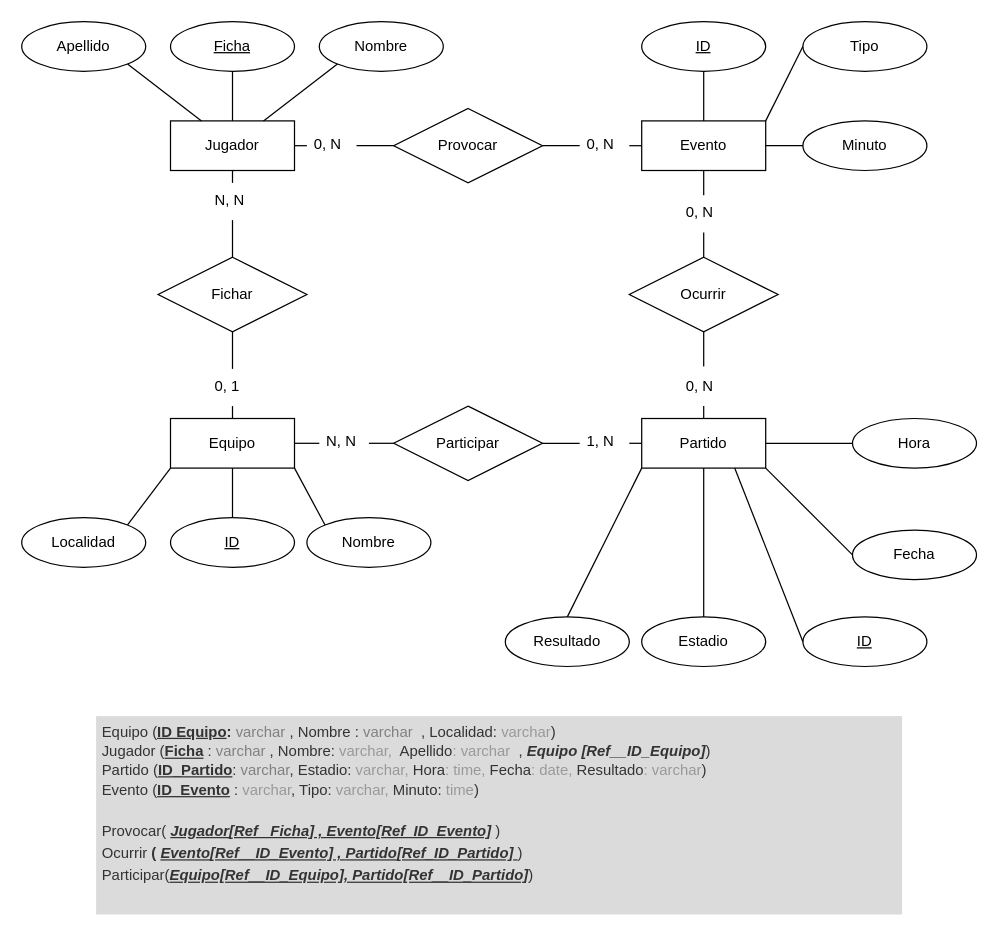
Before: Diagramas/Actividad_10_C3_UD12.drawio in jordimall/jmg-tsys-ta12diagramasER-drawio-111023, a draw.io diagram. Source tidied: cells renumbered, new cells numbered last; positions are measured from the earlier drawing's top-left corner, leaving out a move shared by most shapes. Both pictures are drawn from the tidied source at 124%, with x=0, y=0 at pixel (21, 21).
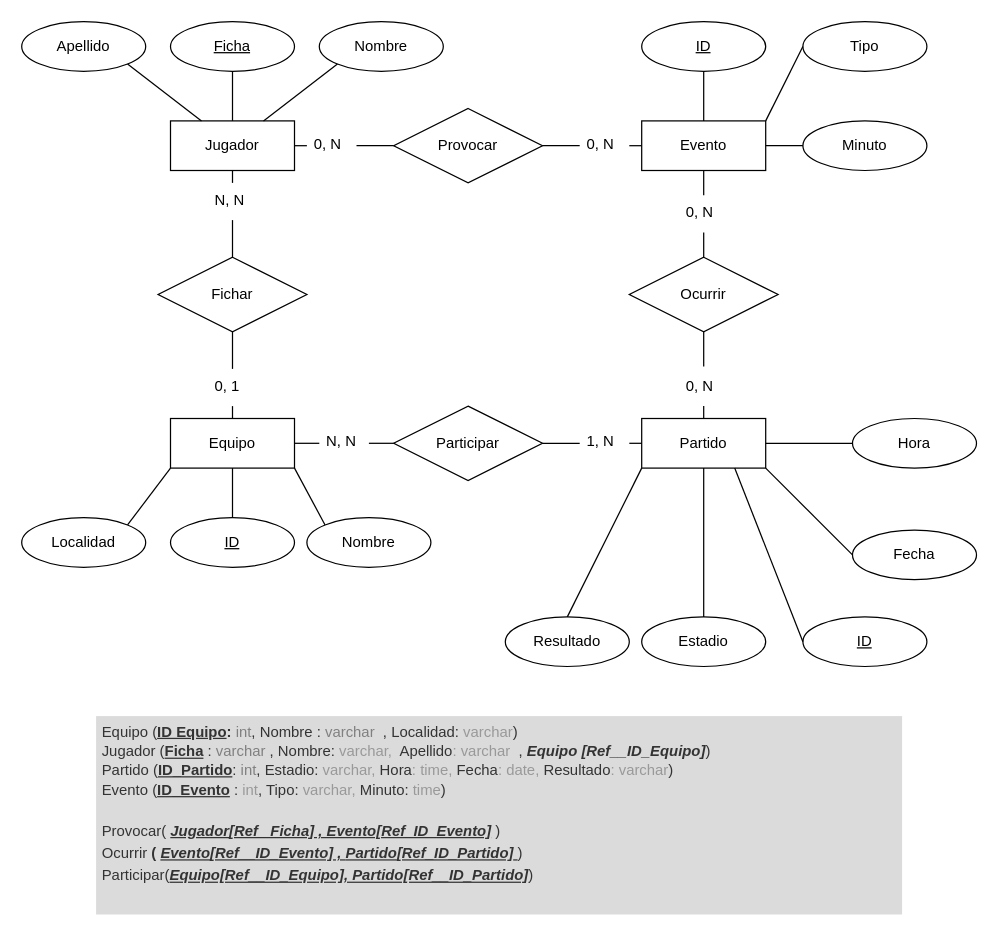
The same diagram, later.

Commit message:
Actualizar modelo relacional Actividad_10_C3_UD12.drawio

The edit, as a diff of the source:
```diff
@@
-    <mxCell id="62" value="&lt;h1 style=&quot;line-height: 150%;&quot;&gt;&lt;div style=&quot;border-color: var(--border-color); font-size: 12px; line-height: 130%;&quot;&gt;&lt;font style=&quot;border-color: var(--border-color);&quot;&gt;&lt;span style=&quot;border-color: var(--border-color);&quot;&gt;&lt;span style=&quot;border-color: var(--border-color);&quot;&gt;&lt;span style=&quot;font-weight: 400;&quot;&gt;Equipo (&lt;/span&gt;&lt;u style=&quot;&quot;&gt;ID Equipo&lt;/u&gt;&lt;/span&gt;&lt;span style=&quot;border-color: var(--border-color);&quot;&gt;:&lt;/span&gt;&lt;font style=&quot;font-weight: 400; border-color: var(--border-color);&quot; color=&quot;#808080&quot;&gt;&amp;nbsp;varchar&lt;/font&gt;&lt;span style=&quot;font-weight: 400;&quot;&gt;&amp;nbsp;, Nombre : &lt;font color=&quot;#808080&quot;&gt;varchar&lt;/font&gt;&lt;/span&gt;&lt;span style=&quot;font-weight: 400;&quot;&gt;&amp;nbsp; , Localidad: &lt;font color=&quot;#999999&quot;&gt;varchar&lt;/font&gt;&lt;/span&gt;&lt;span style=&quot;font-weight: 400;&quot;&gt;)&lt;/span&gt;&lt;br&gt;&lt;/span&gt;&lt;/font&gt;&lt;/div&gt;&lt;div style=&quot;border-color: var(--border-color); font-size: 12px; line-height: 130%;&quot;&gt;&lt;font style=&quot;border-color: var(--border-color);&quot;&gt;&lt;span style=&quot;border-color: var(--border-color);&quot;&gt;&lt;span style=&quot;border-color: var(--border-color);&quot;&gt;&lt;span style=&quot;font-weight: 400;&quot;&gt;Jugador (&lt;/span&gt;&lt;u&gt;Ficha&lt;/u&gt;&lt;/span&gt;&lt;span style=&quot;font-weight: 400; border-color: var(--border-color);&quot;&gt;&amp;nbsp;&lt;/span&gt;&lt;span style=&quot;font-weight: 400; border-color: var(--border-color);&quot;&gt;: &lt;font color=&quot;#808080&quot;&gt;varchar&lt;/font&gt;&lt;/span&gt;&lt;span style=&quot;border-color: var(--border-color);&quot;&gt;&lt;span style=&quot;font-weight: 400;&quot;&gt;&amp;nbsp;, Nombre: &lt;/span&gt;&lt;font style=&quot;font-weight: 400;&quot; color=&quot;#999999&quot;&gt;varchar,&amp;nbsp; &lt;/font&gt;&lt;span style=&quot;font-weight: 400;&quot;&gt;Apellido&lt;/span&gt;&lt;font style=&quot;font-weight: 400;&quot; color=&quot;#999999&quot;&gt;: varchar&lt;/font&gt;&lt;span style=&quot;font-weight: 400;&quot;&gt;&amp;nbsp; , &lt;/span&gt;&lt;i style=&quot;&quot;&gt;Equipo [Ref__ID_Equipo]&lt;/i&gt;&lt;/span&gt;&lt;span style=&quot;border-color: var(--border-color);&quot;&gt;&lt;span style=&quot;font-weight: 400;&quot;&gt;)&amp;nbsp;&lt;/span&gt;&lt;/span&gt;&lt;/span&gt;&lt;/font&gt;&lt;/div&gt;&lt;div style=&quot;border-color: var(--border-color); font-size: 12px; line-height: 130%;&quot;&gt;&lt;font style=&quot;border-color: var(--border-color);&quot;&gt;&lt;span style=&quot;border-color: var(--border-color);&quot;&gt;&lt;span style=&quot;font-weight: 400;&quot;&gt;Partido (&lt;/span&gt;&lt;u&gt;ID_Partido&lt;/u&gt;&lt;/span&gt;&lt;span style=&quot;font-weight: 400;&quot;&gt;: &lt;font color=&quot;#808080&quot;&gt;varchar&lt;/font&gt;&lt;/span&gt;&lt;b style=&quot;font-weight: 400; border-color: var(--border-color);&quot;&gt;,&lt;/b&gt;&lt;span style=&quot;font-weight: 400;&quot;&gt;&amp;nbsp;Estadio: &lt;font color=&quot;#999999&quot;&gt;varchar, &lt;/font&gt;Hora&lt;font color=&quot;#999999&quot;&gt;: time, &lt;/font&gt;Fecha&lt;font color=&quot;#999999&quot;&gt;: date, &lt;/font&gt;Resultado&lt;font color=&quot;#999999&quot;&gt;: varchar&lt;/font&gt;&lt;/span&gt;&lt;span style=&quot;font-weight: 400;&quot;&gt;)&amp;nbsp;&lt;/span&gt;&lt;/font&gt;&lt;/div&gt;&lt;div style=&quot;border-color: var(--border-color); font-size: 12px; line-height: 130%;&quot;&gt;&lt;span style=&quot;background-color: initial; font-weight: 400; border-color: var(--border-color);&quot;&gt;Evento (&lt;/span&gt;&lt;span style=&quot;background-color: initial; border-color: var(--border-color);&quot;&gt;&lt;u&gt;ID_Evento&lt;/u&gt;&lt;/span&gt;&lt;span style=&quot;background-color: initial; font-weight: 400; border-color: var(--border-color);&quot;&gt;&amp;nbsp;:&lt;font color=&quot;#999999&quot;&gt;&amp;nbsp;varchar&lt;/font&gt;, Tipo:&lt;font color=&quot;#999999&quot;&gt;&amp;nbsp;varchar, &lt;/font&gt;Minuto:&lt;font color=&quot;#999999&quot;&gt; time&lt;/font&gt;&lt;/span&gt;&lt;span style=&quot;background-color: initial;&quot;&gt;&lt;span style=&quot;font-weight: 400;&quot;&gt;)&lt;/span&gt;&lt;i style=&quot;&quot;&gt;&lt;font style=&quot;&quot; color=&quot;#000000&quot;&gt;&amp;nbsp;&lt;/font&gt;&lt;/i&gt;&lt;/span&gt;&lt;/div&gt;&lt;div style=&quot;border-color: var(--border-color); font-size: 12px; line-height: 130%;&quot;&gt;&lt;span style=&quot;background-color: initial; font-weight: 400;&quot;&gt;&lt;br&gt;&lt;/span&gt;&lt;/div&gt;&lt;div style=&quot;border-color: var(--border-color); font-weight: 400; font-size: 12px; line-height: 150%;&quot;&gt;&lt;/div&gt;&lt;span style=&quot;border-color: var(--border-color); font-size: 12px;&quot;&gt;&lt;div style=&quot;border-color: var(--border-color); line-height: 150%;&quot;&gt;&lt;font style=&quot;border-color: var(--border-color);&quot;&gt;&lt;b style=&quot;font-style: normal; font-weight: 400; border-color: var(--border-color);&quot;&gt;Provocar(&lt;/b&gt;&lt;b style=&quot;font-style: normal; font-weight: 400; border-color: var(--border-color);&quot;&gt;&amp;nbsp;&lt;/b&gt;&lt;span style=&quot;border-color: var(--border-color);&quot;&gt;&lt;i&gt;&lt;u&gt;Jugador&lt;/u&gt;&lt;/i&gt;&lt;/span&gt;&lt;/font&gt;&lt;span style=&quot;font-weight: 400; background-color: initial; border-color: var(--border-color);&quot;&gt;&lt;b style=&quot;border-color: var(--border-color);&quot;&gt;&lt;u style=&quot;&quot;&gt;&lt;i&gt;[Ref_ Ficha] , Evento[Ref_ID_Evento]&lt;/i&gt;&lt;/u&gt;&lt;/b&gt;&lt;/span&gt;&lt;span style=&quot;font-weight: 400; background-color: initial;&quot;&gt;&lt;i&gt;&amp;nbsp;&lt;/i&gt;&lt;/span&gt;&lt;span style=&quot;font-style: normal; font-weight: 400; background-color: initial;&quot;&gt;)&lt;/span&gt;&lt;/div&gt;&lt;div style=&quot;border-color: var(--border-color); line-height: 150%;&quot;&gt;&lt;span style=&quot;font-style: normal;&quot;&gt;&lt;span style=&quot;font-weight: normal;&quot;&gt;Ocurrir&amp;nbsp;&lt;/span&gt;( &lt;/span&gt;&lt;i&gt;&lt;u&gt;Evento&lt;/u&gt;&lt;/i&gt;&lt;span style=&quot;background-color: initial; font-weight: normal; border-color: var(--border-color);&quot;&gt;&lt;span style=&quot;border-color: var(--border-color); background-color: initial;&quot;&gt;&lt;i&gt;&lt;b style=&quot;text-decoration-line: underline; border-color: var(--border-color);&quot;&gt;[Ref__ID_Evento] , &lt;/b&gt;&lt;b style=&quot;text-decoration-line: underline; border-color: var(--border-color);&quot;&gt;Partido&lt;/b&gt;&lt;b style=&quot;text-decoration-line: underline; border-color: var(--border-color);&quot;&gt;[Ref_ID_Partido]&lt;/b&gt;&lt;/i&gt;&lt;/span&gt;&lt;span style=&quot;text-decoration-line: underline; font-style: normal; border-color: var(--border-color); background-color: initial;&quot;&gt;&amp;nbsp;&lt;/span&gt;&lt;/span&gt;&lt;span style=&quot;font-style: normal; background-color: initial; font-weight: normal;&quot;&gt;)&amp;nbsp;&lt;/span&gt;&lt;/div&gt;&lt;div style=&quot;border-color: var(--border-color); line-height: 150%;&quot;&gt;&lt;span style=&quot;font-style: normal; background-color: initial; font-weight: normal;&quot;&gt;Participar(&lt;/span&gt;&lt;span style=&quot;background-color: initial;&quot;&gt;&lt;i&gt;&lt;u&gt;Equipo[Ref__ID_Equipo], Partido[Ref__ID_Partido]&lt;/u&gt;&lt;/i&gt;&lt;/span&gt;&lt;span style=&quot;font-style: normal; background-color: initial; font-weight: normal;&quot;&gt;)&lt;/span&gt;&lt;/div&gt;&lt;/span&gt;&lt;/h1&gt;" style="text;html=1;strokeColor=none;fillColor=#dbdbdb;spacing=5;spacingTop=-20;whiteSpace=wrap;overflow=hidden;rounded=0;fontColor=#333333;" parent="1" vertex="1">
+    <mxCell id="62" value="&lt;h1 style=&quot;line-height: 150%;&quot;&gt;&lt;div style=&quot;border-color: var(--border-color); font-size: 12px; line-height: 130%;&quot;&gt;&lt;font style=&quot;border-color: var(--border-color);&quot;&gt;&lt;span style=&quot;border-color: var(--border-color);&quot;&gt;&lt;span style=&quot;border-color: var(--border-color);&quot;&gt;&lt;span style=&quot;font-weight: 400;&quot;&gt;Equipo (&lt;/span&gt;&lt;u style=&quot;&quot;&gt;ID Equipo&lt;/u&gt;&lt;/span&gt;&lt;span style=&quot;border-color: var(--border-color);&quot;&gt;:&lt;/span&gt;&lt;font style=&quot;font-weight: 400; border-color: var(--border-color);&quot; color=&quot;#808080&quot;&gt;&amp;nbsp;int&lt;/font&gt;&lt;span style=&quot;font-weight: 400;&quot;&gt;, Nombre : &lt;font color=&quot;#808080&quot;&gt;varchar&lt;/font&gt;&lt;/span&gt;&lt;span style=&quot;font-weight: 400;&quot;&gt;&amp;nbsp; , Localidad: &lt;font color=&quot;#999999&quot;&gt;varchar&lt;/font&gt;&lt;/span&gt;&lt;span style=&quot;font-weight: 400;&quot;&gt;)&lt;/span&gt;&lt;br&gt;&lt;/span&gt;&lt;/font&gt;&lt;/div&gt;&lt;div style=&quot;border-color: var(--border-color); font-size: 12px; line-height: 130%;&quot;&gt;&lt;font style=&quot;border-color: var(--border-color);&quot;&gt;&lt;span style=&quot;border-color: var(--border-color);&quot;&gt;&lt;span style=&quot;border-color: var(--border-color);&quot;&gt;&lt;span style=&quot;font-weight: 400;&quot;&gt;Jugador (&lt;/span&gt;&lt;u&gt;Ficha&lt;/u&gt;&lt;/span&gt;&lt;span style=&quot;font-weight: 400; border-color: var(--border-color);&quot;&gt;&amp;nbsp;&lt;/span&gt;&lt;span style=&quot;font-weight: 400; border-color: var(--border-color);&quot;&gt;: &lt;font color=&quot;#808080&quot;&gt;varchar&lt;/font&gt;&lt;/span&gt;&lt;span style=&quot;border-color: var(--border-color);&quot;&gt;&lt;span style=&quot;font-weight: 400;&quot;&gt;&amp;nbsp;, Nombre: &lt;/span&gt;&lt;font style=&quot;font-weight: 400;&quot; color=&quot;#999999&quot;&gt;varchar,&amp;nbsp; &lt;/font&gt;&lt;span style=&quot;font-weight: 400;&quot;&gt;Apellido&lt;/span&gt;&lt;font style=&quot;font-weight: 400;&quot; color=&quot;#999999&quot;&gt;: varchar&lt;/font&gt;&lt;span style=&quot;font-weight: 400;&quot;&gt;&amp;nbsp; , &lt;/span&gt;&lt;i style=&quot;&quot;&gt;Equipo [Ref__ID_Equipo]&lt;/i&gt;&lt;/span&gt;&lt;span style=&quot;border-color: var(--border-color);&quot;&gt;&lt;span style=&quot;font-weight: 400;&quot;&gt;)&amp;nbsp;&lt;/span&gt;&lt;/span&gt;&lt;/span&gt;&lt;/font&gt;&lt;/div&gt;&lt;div style=&quot;border-color: var(--border-color); font-size: 12px; line-height: 130%;&quot;&gt;&lt;font style=&quot;border-color: var(--border-color);&quot;&gt;&lt;span style=&quot;border-color: var(--border-color);&quot;&gt;&lt;span style=&quot;font-weight: 400;&quot;&gt;Partido (&lt;/span&gt;&lt;u&gt;ID_Partido&lt;/u&gt;&lt;/span&gt;&lt;span style=&quot;font-weight: 400;&quot;&gt;: &lt;font color=&quot;#808080&quot;&gt;int&lt;/font&gt;&lt;/span&gt;&lt;b style=&quot;font-weight: 400; border-color: var(--border-color);&quot;&gt;,&lt;/b&gt;&lt;span style=&quot;font-weight: 400;&quot;&gt;&amp;nbsp;Estadio: &lt;font color=&quot;#999999&quot;&gt;varchar, &lt;/font&gt;Hora&lt;font color=&quot;#999999&quot;&gt;: time, &lt;/font&gt;Fecha&lt;font color=&quot;#999999&quot;&gt;: date, &lt;/font&gt;Resultado&lt;font color=&quot;#999999&quot;&gt;: varchar&lt;/font&gt;&lt;/span&gt;&lt;span style=&quot;font-weight: 400;&quot;&gt;)&amp;nbsp;&lt;/span&gt;&lt;/font&gt;&lt;/div&gt;&lt;div style=&quot;border-color: var(--border-color); font-size: 12px; line-height: 130%;&quot;&gt;&lt;span style=&quot;background-color: initial; font-weight: 400; border-color: var(--border-color);&quot;&gt;Evento (&lt;/span&gt;&lt;span style=&quot;background-color: initial; border-color: var(--border-color);&quot;&gt;&lt;u&gt;ID_Evento&lt;/u&gt;&lt;/span&gt;&lt;span style=&quot;background-color: initial; font-weight: 400; border-color: var(--border-color);&quot;&gt;&amp;nbsp;:&lt;font color=&quot;#999999&quot;&gt;&amp;nbsp;int&lt;/font&gt;, Tipo:&lt;font color=&quot;#999999&quot;&gt;&amp;nbsp;varchar, &lt;/font&gt;Minuto:&lt;font color=&quot;#999999&quot;&gt; time&lt;/font&gt;&lt;/span&gt;&lt;span style=&quot;background-color: initial;&quot;&gt;&lt;span style=&quot;font-weight: 400;&quot;&gt;)&lt;/span&gt;&lt;i style=&quot;&quot;&gt;&lt;font style=&quot;&quot; color=&quot;#000000&quot;&gt;&amp;nbsp;&lt;/font&gt;&lt;/i&gt;&lt;/span&gt;&lt;/div&gt;&lt;div style=&quot;border-color: var(--border-color); font-size: 12px; line-height: 130%;&quot;&gt;&lt;span style=&quot;background-color: initial; font-weight: 400;&quot;&gt;&lt;br&gt;&lt;/span&gt;&lt;/div&gt;&lt;div style=&quot;border-color: var(--border-color); font-weight: 400; font-size: 12px; line-height: 150%;&quot;&gt;&lt;/div&gt;&lt;span style=&quot;border-color: var(--border-color); font-size: 12px;&quot;&gt;&lt;div style=&quot;border-color: var(--border-color); line-height: 150%;&quot;&gt;&lt;font style=&quot;border-color: var(--border-color);&quot;&gt;&lt;b style=&quot;font-style: normal; font-weight: 400; border-color: var(--border-color);&quot;&gt;Provocar(&lt;/b&gt;&lt;b style=&quot;font-style: normal; font-weight: 400; border-color: var(--border-color);&quot;&gt;&amp;nbsp;&lt;/b&gt;&lt;span style=&quot;border-color: var(--border-color);&quot;&gt;&lt;i&gt;&lt;u&gt;Jugador&lt;/u&gt;&lt;/i&gt;&lt;/span&gt;&lt;/font&gt;&lt;span style=&quot;font-weight: 400; background-color: initial; border-color: var(--border-color);&quot;&gt;&lt;b style=&quot;border-color: var(--border-color);&quot;&gt;&lt;u style=&quot;&quot;&gt;&lt;i&gt;[Ref_ Ficha] , Evento[Ref_ID_Evento]&lt;/i&gt;&lt;/u&gt;&lt;/b&gt;&lt;/span&gt;&lt;span style=&quot;font-weight: 400; background-color: initial;&quot;&gt;&lt;i&gt;&amp;nbsp;&lt;/i&gt;&lt;/span&gt;&lt;span style=&quot;font-style: normal; font-weight: 400; background-color: initial;&quot;&gt;)&lt;/span&gt;&lt;/div&gt;&lt;div style=&quot;border-color: var(--border-color); line-height: 150%;&quot;&gt;&lt;span style=&quot;font-style: normal;&quot;&gt;&lt;span style=&quot;font-weight: normal;&quot;&gt;Ocurrir&amp;nbsp;&lt;/span&gt;( &lt;/span&gt;&lt;i&gt;&lt;u&gt;Evento&lt;/u&gt;&lt;/i&gt;&lt;span style=&quot;background-color: initial; font-weight: normal; border-color: var(--border-color);&quot;&gt;&lt;span style=&quot;border-color: var(--border-color); background-color: initial;&quot;&gt;&lt;i&gt;&lt;b style=&quot;text-decoration-line: underline; border-color: var(--border-color);&quot;&gt;[Ref__ID_Evento] , &lt;/b&gt;&lt;b style=&quot;text-decoration-line: underline; border-color: var(--border-color);&quot;&gt;Partido&lt;/b&gt;&lt;b style=&quot;text-decoration-line: underline; border-color: var(--border-color);&quot;&gt;[Ref_ID_Partido]&lt;/b&gt;&lt;/i&gt;&lt;/span&gt;&lt;span style=&quot;text-decoration-line: underline; font-style: normal; border-color: var(--border-color); background-color: initial;&quot;&gt;&amp;nbsp;&lt;/span&gt;&lt;/span&gt;&lt;span style=&quot;font-style: normal; background-color: initial; font-weight: normal;&quot;&gt;)&amp;nbsp;&lt;/span&gt;&lt;/div&gt;&lt;div style=&quot;border-color: var(--border-color); line-height: 150%;&quot;&gt;&lt;span style=&quot;font-style: normal; background-color: initial; font-weight: normal;&quot;&gt;Participar(&lt;/span&gt;&lt;span style=&quot;background-color: initial;&quot;&gt;&lt;i&gt;&lt;u&gt;Equipo[Ref__ID_Equipo], Partido[Ref__ID_Partido]&lt;/u&gt;&lt;/i&gt;&lt;/span&gt;&lt;span style=&quot;font-style: normal; background-color: initial; font-weight: normal;&quot;&gt;)&lt;/span&gt;&lt;/div&gt;&lt;/span&gt;&lt;/h1&gt;" style="text;html=1;strokeColor=none;fillColor=#dbdbdb;spacing=5;spacingTop=-20;whiteSpace=wrap;overflow=hidden;rounded=0;fontColor=#333333;" parent="1" vertex="1">
       <mxGeometry x="60" y="560" width="650" height="160" as="geometry" />
     </mxCell>
```
